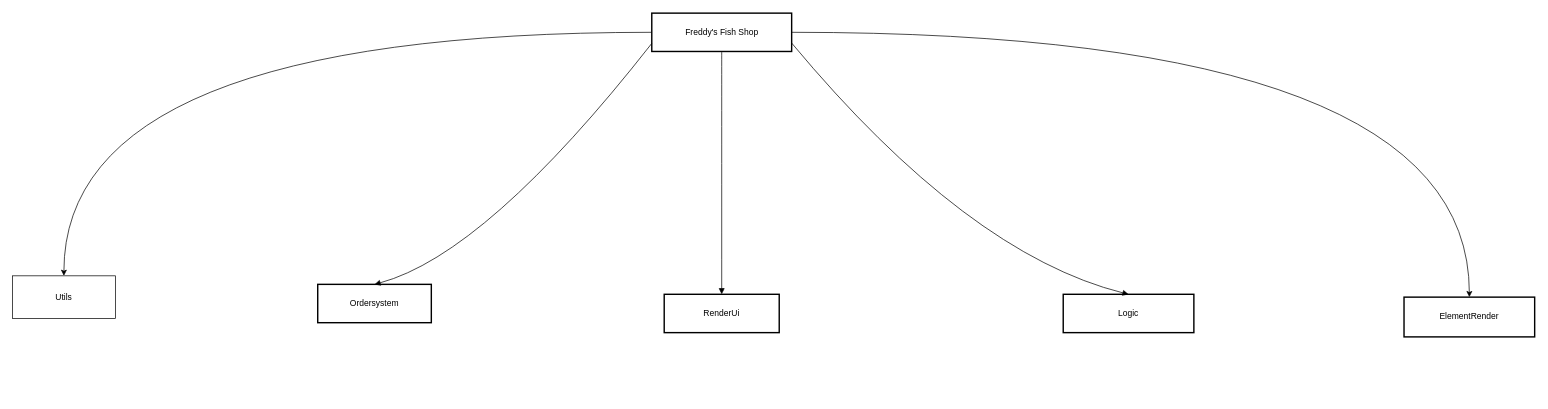
Before: Untitled Diagram.drawio in rumi-bit/Year12python, a draw.io diagram. Source tidied: cells renumbered, new cells numbered last; positions are measured from the earlier drawing's top-left corner, leaving out a move shared by most shapes. Both pictures are drawn from the tidied source at 71%, with x=0, y=0 at pixel (12, 13).
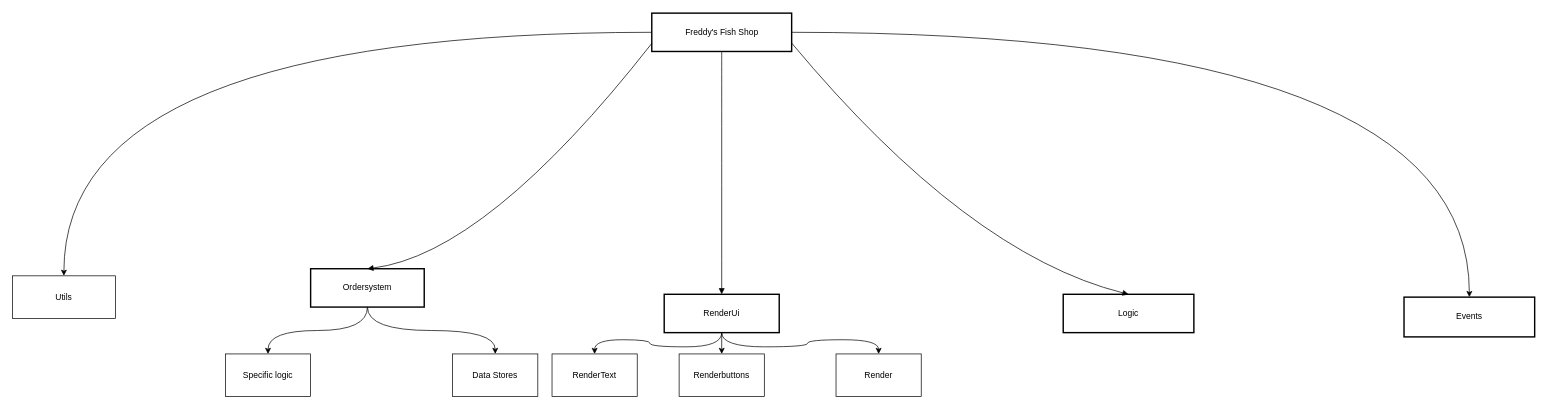
Above is the later version.

The change refers to these unchanged cells:
```xml
<mxCell id="5" value="RenderUi" style="whiteSpace=wrap;strokeWidth=2;" parent="1" vertex="1">
  <mxGeometry x="918" y="396" width="162" height="54" as="geometry" />
</mxCell>
```

What changed in the source:
```diff
@@
+    <mxCell id="13" style="edgeStyle=orthogonalEdgeStyle;rounded=0;jettySize=auto;html=1;exitX=0.5;exitY=1;exitDx=0;exitDy=0;curved=1;" parent="1" edge="1" source="4" target="18">
+      <mxGeometry relative="1" as="geometry" />
+    </mxCell>
+    <mxCell id="14" style="edgeStyle=orthogonalEdgeStyle;rounded=0;jettySize=auto;html=1;exitX=0.5;exitY=1;exitDx=0;exitDy=0;entryX=0.5;entryY=0;entryDx=0;entryDy=0;curved=1;" parent="1" edge="1" source="4" target="19">
+      <mxGeometry relative="1" as="geometry" />
+    </mxCell>
     <mxCell id="4" value="Ordersystem" style="whiteSpace=wrap;strokeWidth=2;" parent="1" vertex="1">
-      <mxGeometry x="430" y="382" width="160" height="54" as="geometry" />
+      <mxGeometry x="420" y="360" width="160" height="54" as="geometry" />
     </mxCell>
+    <mxCell id="15" style="edgeStyle=orthogonalEdgeStyle;rounded=0;jettySize=auto;html=1;exitX=0.5;exitY=1;exitDx=0;exitDy=0;entryX=0.5;entryY=0;entryDx=0;entryDy=0;curved=1;" parent="1" edge="1" source="5" target="20">
+      <mxGeometry relative="1" as="geometry" />
+    </mxCell>
+    <mxCell id="16" style="edgeStyle=orthogonalEdgeStyle;rounded=0;jettySize=auto;html=1;exitX=0.5;exitY=1;exitDx=0;exitDy=0;entryX=0.5;entryY=0;entryDx=0;entryDy=0;" parent="1" edge="1" source="5" target="21">
+      <mxGeometry relative="1" as="geometry" />
+    </mxCell>
+    <mxCell id="17" style="edgeStyle=orthogonalEdgeStyle;rounded=0;jettySize=auto;html=1;exitX=0.5;exitY=1;exitDx=0;exitDy=0;curved=1;" parent="1" edge="1" source="5" target="22">
+      <mxGeometry relative="1" as="geometry" />
+    </mxCell>
@@
-    <mxCell id="10" value="ElementRender" style="whiteSpace=wrap;strokeWidth=2;points=[[0,0,0,0,0],[0,0.25,0,0,0],[0,0.5,0,0,0],[0,0.75,0,0,0],[0,1,0,0,0],[0.25,0,0,0,0],[0.25,1,0,0,0],[0.5,0,0,0,0],[0.5,1,0,0,0],[0.75,0,0,0,0],[0.75,1,0,0,0],[1,0,0,0,0],[1,0.25,0,0,0],[1,0.5,0,0,0],[1,0.75,0,0,0],[1,1,0,0,0]];" parent="1" vertex="1">
+    <mxCell id="10" value="Events" style="whiteSpace=wrap;strokeWidth=2;points=[[0,0,0,0,0],[0,0.25,0,0,0],[0,0.5,0,0,0],[0,0.75,0,0,0],[0,1,0,0,0],[0.25,0,0,0,0],[0.25,1,0,0,0],[0.5,0,0,0,0],[0.5,1,0,0,0],[0.75,0,0,0,0],[0.75,1,0,0,0],[1,0,0,0,0],[1,0.25,0,0,0],[1,0.5,0,0,0],[1,0.75,0,0,0],[1,1,0,0,0]];" parent="1" vertex="1">
       <mxGeometry x="1960" y="400" width="184" height="56" as="geometry" />
     </mxCell>
@@
+    <mxCell id="18" value="Data Stores" style="rounded=0;whiteSpace=wrap;html=1;" parent="1" vertex="1">
+      <mxGeometry x="620" y="480" width="120" height="60" as="geometry" />
+    </mxCell>
+    <mxCell id="19" value="Specific logic" style="rounded=0;whiteSpace=wrap;html=1;" parent="1" vertex="1">
+      <mxGeometry x="300" y="480" width="120" height="60" as="geometry" />
+    </mxCell>
+    <mxCell id="20" value="Render" style="rounded=0;whiteSpace=wrap;html=1;" parent="1" vertex="1">
+      <mxGeometry x="1160" y="480" width="120" height="60" as="geometry" />
+    </mxCell>
+    <mxCell id="21" value="Renderbuttons" style="rounded=0;whiteSpace=wrap;html=1;" parent="1" vertex="1">
+      <mxGeometry x="939" y="480" width="120" height="60" as="geometry" />
+    </mxCell>
+    <mxCell id="22" value="RenderText" style="rounded=0;whiteSpace=wrap;html=1;" parent="1" vertex="1">
+      <mxGeometry x="760" y="480" width="120" height="60" as="geometry" />
+    </mxCell>
```
